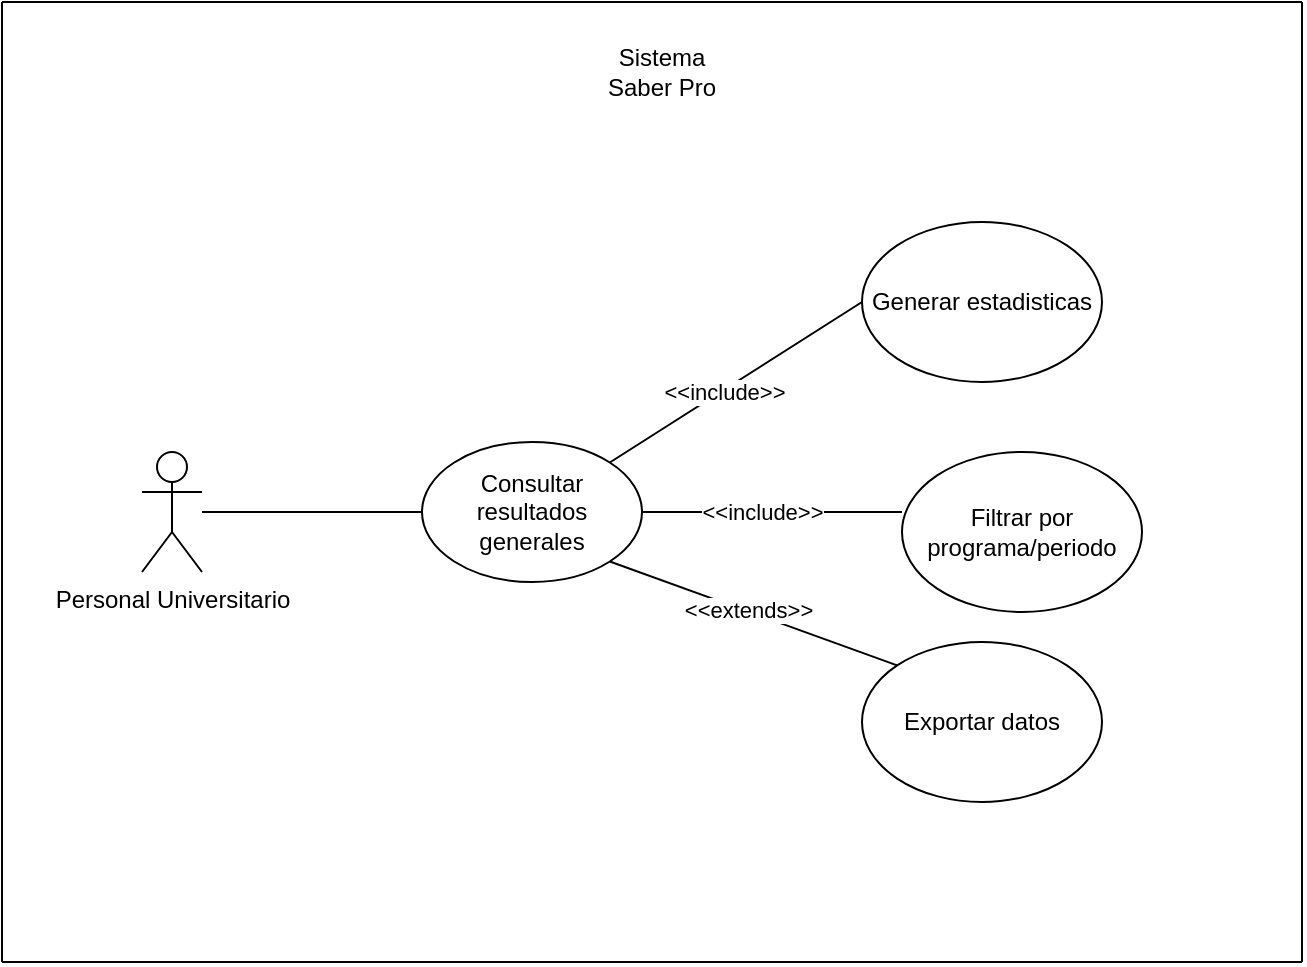
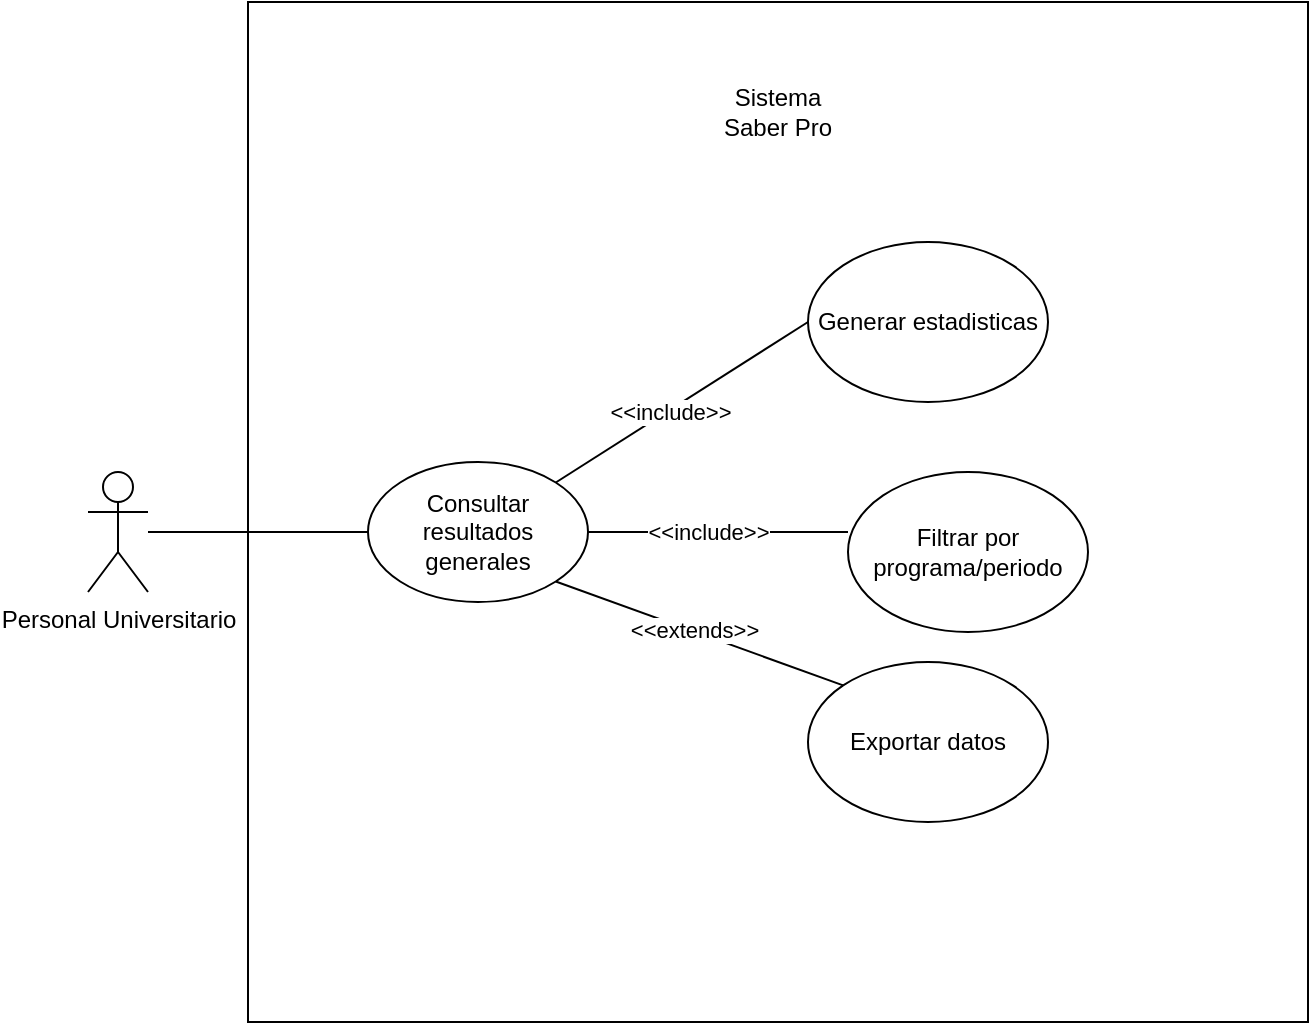
<mxfile host="Electron">
  <diagram name="Página-1" id="PRJowIrAxgrVRxmOoZE4">
-     <mxGraphModel dx="1078" dy="825" grid="1" gridSize="10" guides="1" tooltips="1" connect="1" arrows="1" fold="1" page="1" pageScale="1" pageWidth="827" pageHeight="1169" math="0" shadow="0">
+     <mxGraphModel dx="1414" dy="841" grid="1" gridSize="10" guides="1" tooltips="1" connect="1" arrows="1" fold="1" page="1" pageScale="1" pageWidth="827" pageHeight="1169" math="0" shadow="0">
      <root>
        <mxCell id="0" />
        <mxCell id="1" parent="0" />
-         <mxCell id="75NfvnaP0lVtv9k7vbLM-1" edge="1" parent="1" style="endArrow=none;html=1;rounded=0;" value="">
-           <mxGeometry height="50" relative="1" width="50" as="geometry">
-             <mxPoint x="190" y="200" as="sourcePoint" />
-             <mxPoint x="840" y="200" as="targetPoint" />
-           </mxGeometry>
+         <mxCell id="CJof3GQ_goGvf4KoUkrg-1" parent="1" style="rounded=0;whiteSpace=wrap;html=1;" value="" vertex="1">
+           <mxGeometry height="510" width="530" x="340" y="190" as="geometry" />
        </mxCell>
        <mxCell id="75NfvnaP0lVtv9k7vbLM-2" parent="1" style="ellipse;whiteSpace=wrap;html=1;" value="Consultar resultados generales" vertex="1">
          <mxGeometry height="70" width="110" x="400" y="420" as="geometry" />
        </mxCell>
        <mxCell id="75NfvnaP0lVtv9k7vbLM-3" parent="1" style="shape=umlActor;verticalLabelPosition=bottom;verticalAlign=top;html=1;outlineConnect=0;" value="Personal Universitario" vertex="1">
          <mxGeometry height="60" width="30" x="260" y="425" as="geometry" />
        </mxCell>
        <mxCell id="75NfvnaP0lVtv9k7vbLM-4" edge="1" parent="1" source="75NfvnaP0lVtv9k7vbLM-3" style="endArrow=none;html=1;rounded=0;entryX=0;entryY=0.5;entryDx=0;entryDy=0;" target="75NfvnaP0lVtv9k7vbLM-2" value="">
          <mxGeometry height="50" relative="1" width="50" as="geometry">
            <mxPoint x="510" y="530" as="sourcePoint" />
            <mxPoint x="560" y="480" as="targetPoint" />
          </mxGeometry>
        </mxCell>
        <mxCell id="75NfvnaP0lVtv9k7vbLM-5" parent="1" style="ellipse;whiteSpace=wrap;html=1;" value="Filtrar por programa/periodo" vertex="1">
          <mxGeometry height="80" width="120" x="640" y="425" as="geometry" />
        </mxCell>
        <mxCell id="75NfvnaP0lVtv9k7vbLM-6" parent="1" style="ellipse;whiteSpace=wrap;html=1;" value="Generar estadisticas" vertex="1">
          <mxGeometry height="80" width="120" x="620" y="310" as="geometry" />
        </mxCell>
        <mxCell id="75NfvnaP0lVtv9k7vbLM-7" edge="1" parent="1" source="75NfvnaP0lVtv9k7vbLM-5" style="endArrow=none;html=1;rounded=0;exitX=0;exitY=0.375;exitDx=0;exitDy=0;exitPerimeter=0;entryX=1;entryY=0.5;entryDx=0;entryDy=0;" target="75NfvnaP0lVtv9k7vbLM-2" value="">
          <mxGeometry height="50" relative="1" width="50" as="geometry">
            <mxPoint x="510" y="530" as="sourcePoint" />
            <mxPoint x="560" y="480" as="targetPoint" />
          </mxGeometry>
        </mxCell>
        <mxCell id="75NfvnaP0lVtv9k7vbLM-8" edge="1" parent="1" source="75NfvnaP0lVtv9k7vbLM-2" style="endArrow=none;html=1;rounded=0;exitX=1;exitY=0;exitDx=0;exitDy=0;entryX=0;entryY=0.5;entryDx=0;entryDy=0;" target="75NfvnaP0lVtv9k7vbLM-6" value="">
          <mxGeometry height="50" relative="1" width="50" as="geometry">
            <mxPoint x="510" y="530" as="sourcePoint" />
            <mxPoint x="560" y="480" as="targetPoint" />
          </mxGeometry>
        </mxCell>
        <mxCell id="75NfvnaP0lVtv9k7vbLM-9" connectable="0" parent="75NfvnaP0lVtv9k7vbLM-8" style="edgeLabel;html=1;align=center;verticalAlign=middle;resizable=0;points=[];rotation=0;" value="&amp;lt;&amp;lt;include&amp;gt;&amp;gt;" vertex="1">
          <mxGeometry relative="1" x="-0.1062" as="geometry">
            <mxPoint as="offset" />
          </mxGeometry>
        </mxCell>
        <mxCell id="75NfvnaP0lVtv9k7vbLM-10" connectable="0" parent="1" style="edgeLabel;html=1;align=center;verticalAlign=middle;resizable=0;points=[];rotation=0;" value="&amp;lt;&amp;lt;include&amp;gt;&amp;gt;" vertex="1">
          <mxGeometry x="570" y="455" as="geometry" />
        </mxCell>
-         <mxCell id="75NfvnaP0lVtv9k7vbLM-11" edge="1" parent="1" style="endArrow=none;html=1;rounded=0;" value="">
-           <mxGeometry height="50" relative="1" width="50" as="geometry">
-             <mxPoint x="190" y="680" as="sourcePoint" />
-             <mxPoint x="840" y="680" as="targetPoint" />
-           </mxGeometry>
-         </mxCell>
-         <mxCell id="75NfvnaP0lVtv9k7vbLM-12" edge="1" parent="1" style="endArrow=none;html=1;rounded=0;" value="">
-           <mxGeometry height="50" relative="1" width="50" as="geometry">
-             <mxPoint x="840" y="680" as="sourcePoint" />
-             <mxPoint x="840" y="200" as="targetPoint" />
-           </mxGeometry>
-         </mxCell>
-         <mxCell id="75NfvnaP0lVtv9k7vbLM-13" edge="1" parent="1" style="endArrow=none;html=1;rounded=0;" value="">
-           <mxGeometry height="50" relative="1" width="50" as="geometry">
-             <mxPoint x="190" y="680" as="sourcePoint" />
-             <mxPoint x="190" y="200" as="targetPoint" />
-           </mxGeometry>
-         </mxCell>
        <mxCell id="75NfvnaP0lVtv9k7vbLM-14" parent="1" style="text;html=1;whiteSpace=wrap;strokeColor=none;fillColor=none;align=center;verticalAlign=middle;rounded=0;" value="Sistema Saber Pro" vertex="1">
-           <mxGeometry height="30" width="60" x="490" y="220" as="geometry" />
+           <mxGeometry height="30" width="60" x="575" y="230" as="geometry" />
        </mxCell>
        <mxCell id="75NfvnaP0lVtv9k7vbLM-16" parent="1" style="ellipse;whiteSpace=wrap;html=1;" value="Exportar datos" vertex="1">
          <mxGeometry height="80" width="120" x="620" y="520" as="geometry" />
        </mxCell>
        <mxCell id="75NfvnaP0lVtv9k7vbLM-17" edge="1" parent="1" source="75NfvnaP0lVtv9k7vbLM-2" style="endArrow=none;html=1;rounded=0;exitX=1;exitY=1;exitDx=0;exitDy=0;entryX=0;entryY=0;entryDx=0;entryDy=0;" target="75NfvnaP0lVtv9k7vbLM-16" value="">
          <mxGeometry height="50" relative="1" width="50" as="geometry">
            <mxPoint x="390" y="450" as="sourcePoint" />
            <mxPoint x="440" y="400" as="targetPoint" />
          </mxGeometry>
        </mxCell>
        <mxCell id="75NfvnaP0lVtv9k7vbLM-18" connectable="0" parent="75NfvnaP0lVtv9k7vbLM-17" style="edgeLabel;html=1;align=center;verticalAlign=middle;resizable=0;points=[];" value="&amp;lt;&amp;lt;extends&amp;gt;&amp;gt;" vertex="1">
          <mxGeometry relative="1" x="-0.0413" y="1" as="geometry">
            <mxPoint as="offset" />
          </mxGeometry>
        </mxCell>
      </root>
    </mxGraphModel>
  </diagram>
</mxfile>
